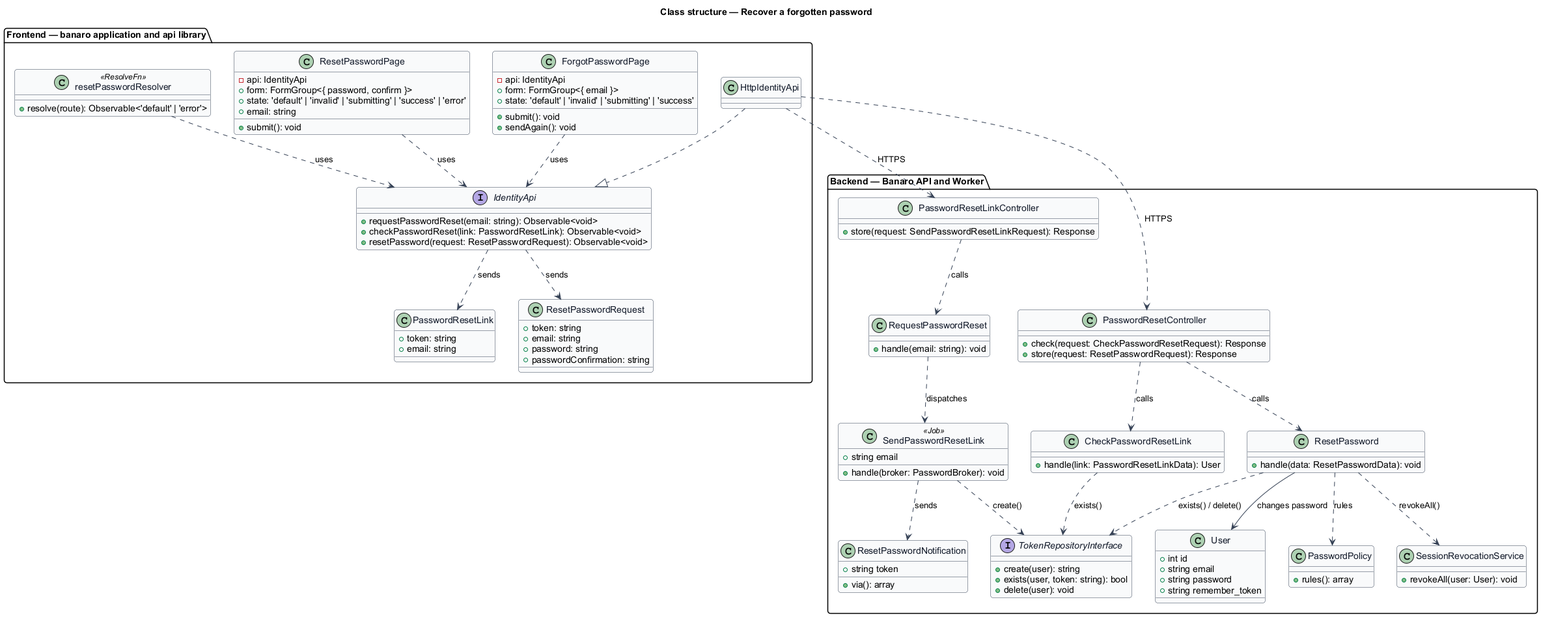
Before: docs/detailed-designs/identity/recover-password/diagrams/class-structure.png, a diagram exported from PlantUML (QuinntyneBrown/banaro). Its diagram source:
```plantuml
@startuml
skinparam backgroundColor #FFFFFF
skinparam shadowing false
skinparam roundcorner 8
skinparam defaultFontName Arial
skinparam ArrowColor #344054
skinparam class {
  BorderColor #344054
  FontColor #101828
  BackgroundColor #F9FAFB
}
title Class structure — Recover a forgotten password

package "Frontend — banaro application and api library" {
  class ForgotPasswordPage {
    -api: IdentityApi
    +form: FormGroup<{ email }>
    +state: 'default' | 'invalid' | 'submitting' | 'success'
    +submit(): void
    +sendAgain(): void
  }
  class ResetPasswordPage {
    -api: IdentityApi
    +form: FormGroup<{ password, confirm }>
    +state: 'default' | 'invalid' | 'submitting' | 'success' | 'error'
    +email: string
    +submit(): void
  }
  class resetPasswordResolver <<ResolveFn>> {
    +resolve(route): Observable<'default' | 'error'>
  }
  interface IdentityApi {
    +requestPasswordReset(email: string): Observable<void>
    +checkPasswordReset(link: PasswordResetLink): Observable<void>
    +resetPassword(request: ResetPasswordRequest): Observable<void>
  }
  class HttpIdentityApi
  class PasswordResetLink {
    +token: string
    +email: string
  }
  class ResetPasswordRequest {
    +token: string
    +email: string
    +password: string
    +passwordConfirmation: string
  }
}

package "Backend — Banaro API and Worker" {
  class PasswordResetLinkController {
    +store(request: SendPasswordResetLinkRequest): Response
  }
  class PasswordResetController {
    +check(request: CheckPasswordResetRequest): Response
    +store(request: ResetPasswordRequest): Response
  }
  class RequestPasswordReset {
    +handle(email: string): void
  }
  class CheckPasswordResetLink {
    +handle(link: PasswordResetLinkData): User
  }
  class ResetPassword {
    +handle(data: ResetPasswordData): void
  }
  class PasswordPolicy {
    +rules(): array
  }
  class SessionRevocationService {
    +revokeAll(user: User): void
  }
  interface TokenRepositoryInterface {
    +create(user): string
    +exists(user, token: string): bool
    +delete(user): void
  }
  class SendPasswordResetLink <<Job>> {
    +string email
    +handle(broker: PasswordBroker): void
  }
  class ResetPasswordNotification {
    +string token
    +via(): array
  }
  class User {
    +int id
    +string email
    +string password
    +string remember_token
  }
}

ForgotPasswordPage ..> IdentityApi : uses
ResetPasswordPage ..> IdentityApi : uses
resetPasswordResolver ..> IdentityApi : uses
HttpIdentityApi ..|> IdentityApi
IdentityApi ..> PasswordResetLink : sends
IdentityApi ..> ResetPasswordRequest : sends
HttpIdentityApi ..> PasswordResetLinkController : HTTPS
HttpIdentityApi ..> PasswordResetController : HTTPS

PasswordResetLinkController ..> RequestPasswordReset : calls
PasswordResetController ..> CheckPasswordResetLink : calls
PasswordResetController ..> ResetPassword : calls
RequestPasswordReset ..> SendPasswordResetLink : dispatches
SendPasswordResetLink ..> TokenRepositoryInterface : create()
SendPasswordResetLink ..> ResetPasswordNotification : sends
CheckPasswordResetLink ..> TokenRepositoryInterface : exists()
ResetPassword ..> TokenRepositoryInterface : exists() / delete()
ResetPassword ..> PasswordPolicy : rules
ResetPassword --> User : changes password
ResetPassword ..> SessionRevocationService : revokeAll()
@enduml
```
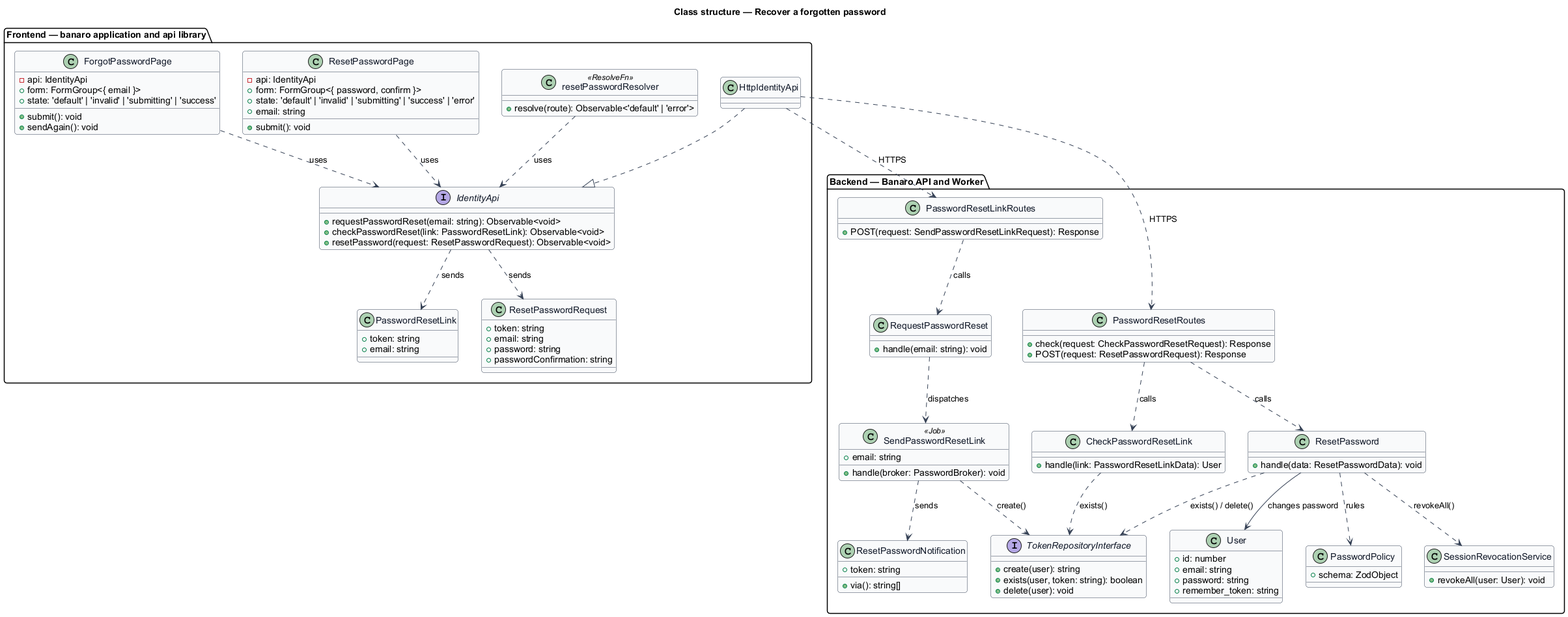
After the change.

What changed in the source:
```diff
@@ -48,12 +48,12 @@
 }
 
 package "Backend — Banaro API and Worker" {
-  class PasswordResetLinkController {
-    +store(request: SendPasswordResetLinkRequest): Response
+  class PasswordResetLinkRoutes {
+    +POST(request: SendPasswordResetLinkRequest): Response
   }
-  class PasswordResetController {
+  class PasswordResetRoutes {
     +check(request: CheckPasswordResetRequest): Response
-    +store(request: ResetPasswordRequest): Response
+    +POST(request: ResetPasswordRequest): Response
   }
   class RequestPasswordReset {
     +handle(email: string): void
@@ -65,29 +65,29 @@
     +handle(data: ResetPasswordData): void
   }
   class PasswordPolicy {
-    +rules(): array
+    +schema: ZodObject
   }
   class SessionRevocationService {
     +revokeAll(user: User): void
   }
   interface TokenRepositoryInterface {
     +create(user): string
-    +exists(user, token: string): bool
+    +exists(user, token: string): boolean
     +delete(user): void
   }
   class SendPasswordResetLink <<Job>> {
-    +string email
+    +email: string
     +handle(broker: PasswordBroker): void
   }
   class ResetPasswordNotification {
-    +string token
-    +via(): array
+    +token: string
+    +via(): string[]
   }
   class User {
-    +int id
-    +string email
-    +string password
-    +string remember_token
+    +id: number
+    +email: string
+    +password: string
+    +remember_token: string
   }
 }
 
@@ -97,12 +97,12 @@
 HttpIdentityApi ..|> IdentityApi
 IdentityApi ..> PasswordResetLink : sends
 IdentityApi ..> ResetPasswordRequest : sends
-HttpIdentityApi ..> PasswordResetLinkController : HTTPS
-HttpIdentityApi ..> PasswordResetController : HTTPS
+HttpIdentityApi ..> PasswordResetLinkRoutes : HTTPS
+HttpIdentityApi ..> PasswordResetRoutes : HTTPS
 
-PasswordResetLinkController ..> RequestPasswordReset : calls
-PasswordResetController ..> CheckPasswordResetLink : calls
-PasswordResetController ..> ResetPassword : calls
+PasswordResetLinkRoutes ..> RequestPasswordReset : calls
+PasswordResetRoutes ..> CheckPasswordResetLink : calls
+PasswordResetRoutes ..> ResetPassword : calls
 RequestPasswordReset ..> SendPasswordResetLink : dispatches
 SendPasswordResetLink ..> TokenRepositoryInterface : create()
 SendPasswordResetLink ..> ResetPasswordNotification : sends
```
